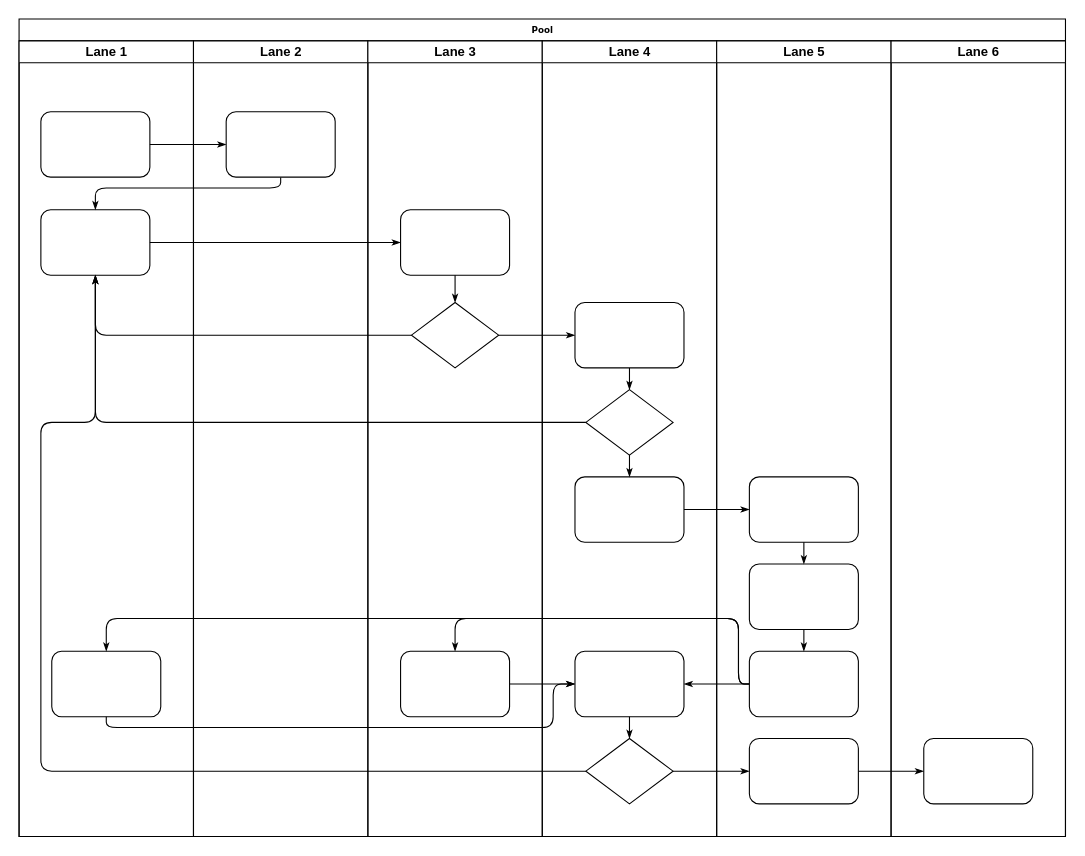
Before: data/上尚-配料流程.drawio in chenyanxi/hosts, a draw.io diagram. Source tidied: cells renumbered, new cells numbered last; positions are measured from the earlier drawing's top-left corner, leaving out a move shared by most shapes. Both pictures are drawn from the tidied source at 109%, with x=0, y=0 at pixel (19, 19).
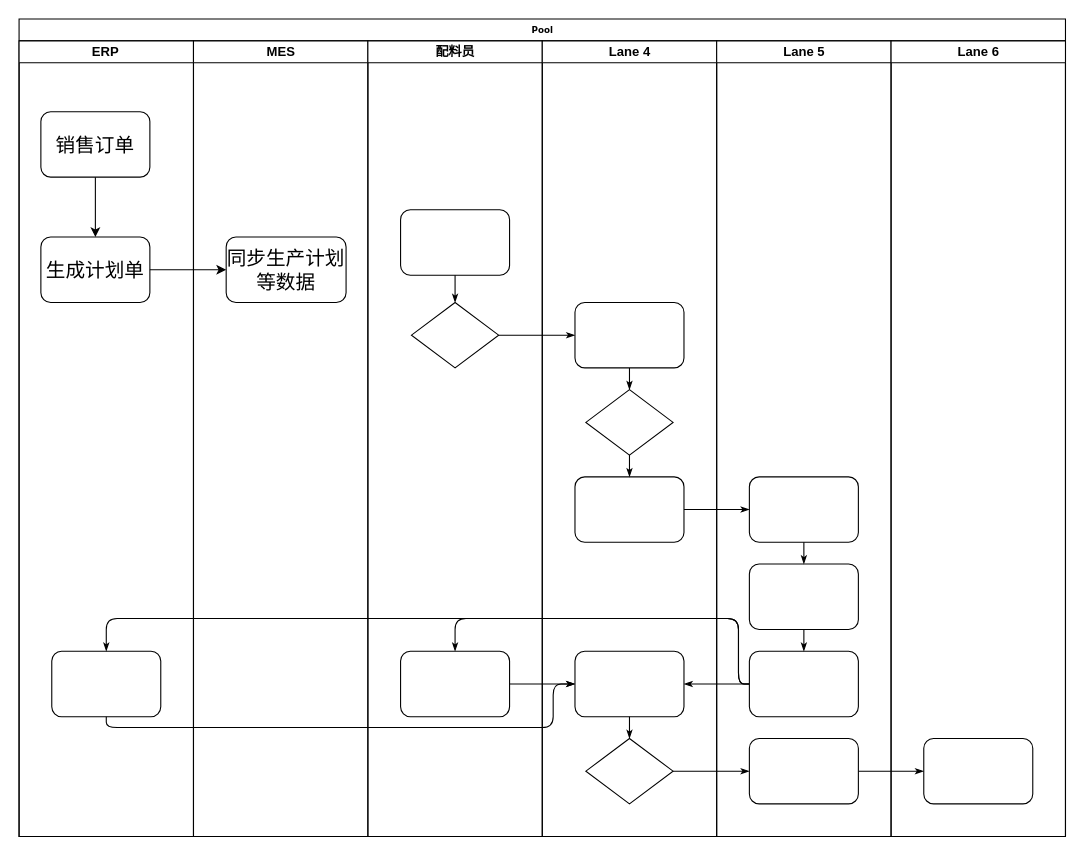
After the change.

Commit message:
更新上尚-配料流程.drawio

Unchanged cells that the change refers to:
```xml
<mxCell id="2" value="Pool" style="swimlane;html=1;startSize=20;rounded=0;shadow=0;labelBackgroundColor=none;strokeWidth=1;fontFamily=Verdana;fontSize=8;align=center;" parent="1" vertex="1">
  <mxGeometry width="960" height="750" as="geometry" />
</mxCell>
<mxCell id="25" style="rounded=1;whiteSpace=wrap;html=1;shadow=0;labelBackgroundColor=none;strokeWidth=1;fontFamily=Verdana;fontSize=8;align=center;" parent="24" vertex="1">
  <mxGeometry x="30" y="155" width="100" height="60" as="geometry" />
</mxCell>
<mxCell id="26" style="rhombus;whiteSpace=wrap;html=1;rounded=0;shadow=0;labelBackgroundColor=none;strokeWidth=1;fontFamily=Verdana;fontSize=8;align=center;" parent="24" vertex="1">
  <mxGeometry x="40" y="240" width="80" height="60" as="geometry" />
</mxCell>
<mxCell id="31" style="rhombus;whiteSpace=wrap;html=1;rounded=0;shadow=0;labelBackgroundColor=none;strokeWidth=1;fontFamily=Verdana;fontSize=8;align=center;" parent="29" vertex="1">
  <mxGeometry x="40" y="320" width="80" height="60" as="geometry" />
</mxCell>
<mxCell id="34" style="rhombus;whiteSpace=wrap;html=1;rounded=0;shadow=0;labelBackgroundColor=none;strokeWidth=1;fontFamily=Verdana;fontSize=8;align=center;" parent="29" vertex="1">
  <mxGeometry x="40" y="640" width="80" height="60" as="geometry" />
</mxCell>
```

The edit, as a diff of the source:
```diff
@@
-    <mxCell id="3" value="Lane 1" style="swimlane;html=1;startSize=20;" parent="2" vertex="1">
+    <mxCell id="3" value="ERP&lt;span style=&quot;white-space: pre;&quot;&gt;&#9;&lt;/span&gt;" style="swimlane;html=1;startSize=20;" parent="2" vertex="1">
       <mxGeometry y="20" width="160" height="730" as="geometry" />
     </mxCell>
-    <mxCell id="4" style="rounded=1;whiteSpace=wrap;html=1;shadow=0;labelBackgroundColor=none;strokeWidth=1;fontFamily=Verdana;fontSize=8;align=center;" parent="3" vertex="1">
+    <mxCell id="4" value="&lt;font style=&quot;font-size: 18px;&quot;&gt;销售订单&lt;/font&gt;" style="rounded=1;whiteSpace=wrap;html=1;shadow=0;labelBackgroundColor=none;strokeWidth=1;fontFamily=Verdana;fontSize=8;align=center;" parent="3" vertex="1">
       <mxGeometry x="20" y="65" width="100" height="60" as="geometry" />
     </mxCell>
-    <mxCell id="5" style="rounded=1;whiteSpace=wrap;html=1;shadow=0;labelBackgroundColor=none;strokeWidth=1;fontFamily=Verdana;fontSize=8;align=center;" parent="3" vertex="1">
-      <mxGeometry x="20" y="155" width="100" height="60" as="geometry" />
+    <mxCell id="5" value="&lt;font style=&quot;font-size: 18px;&quot;&gt;生成计划单&lt;/font&gt;" style="rounded=1;whiteSpace=wrap;html=1;shadow=0;labelBackgroundColor=none;strokeWidth=1;fontFamily=Verdana;fontSize=8;align=center;" parent="3" vertex="1">
+      <mxGeometry x="20" y="180" width="100" height="60" as="geometry" />
     </mxCell>
@@
-    <mxCell id="7" style="edgeStyle=orthogonalEdgeStyle;rounded=1;html=1;labelBackgroundColor=none;startArrow=none;startFill=0;startSize=5;endArrow=classicThin;endFill=1;endSize=5;jettySize=auto;strokeWidth=1;fontFamily=Verdana;fontSize=8;" parent="2" edge="1" source="4" target="23">
-      <mxGeometry relative="1" as="geometry" />
-    </mxCell>
-    <mxCell id="8" style="edgeStyle=orthogonalEdgeStyle;rounded=1;html=1;labelBackgroundColor=none;startArrow=none;startFill=0;startSize=5;endArrow=classicThin;endFill=1;endSize=5;jettySize=auto;strokeWidth=1;fontFamily=Verdana;fontSize=8;" parent="2" edge="1" source="23" target="5">
-      <mxGeometry relative="1" as="geometry">
-        <Array as="points">
-          <mxPoint x="240" y="155" />
-          <mxPoint x="70" y="155" />
-        </Array>
-      </mxGeometry>
-    </mxCell>
-    <mxCell id="9" style="edgeStyle=orthogonalEdgeStyle;rounded=1;html=1;labelBackgroundColor=none;startArrow=none;startFill=0;startSize=5;endArrow=classicThin;endFill=1;endSize=5;jettySize=auto;strokeWidth=1;fontFamily=Verdana;fontSize=8;" parent="2" edge="1" source="5" target="25">
-      <mxGeometry relative="1" as="geometry" />
-    </mxCell>
-    <mxCell id="10" style="edgeStyle=orthogonalEdgeStyle;rounded=1;html=1;labelBackgroundColor=none;startArrow=none;startFill=0;startSize=5;endArrow=classicThin;endFill=1;endSize=5;jettySize=auto;strokeWidth=1;fontFamily=Verdana;fontSize=8;" parent="2" edge="1" source="26" target="5">
-      <mxGeometry relative="1" as="geometry" />
-    </mxCell>
-    <mxCell id="11" style="edgeStyle=orthogonalEdgeStyle;rounded=1;html=1;labelBackgroundColor=none;startArrow=none;startFill=0;startSize=5;endArrow=classicThin;endFill=1;endSize=5;jettySize=auto;strokeWidth=1;fontFamily=Verdana;fontSize=8;" parent="2" edge="1" source="31" target="5">
-      <mxGeometry relative="1" as="geometry" />
-    </mxCell>
-    <mxCell id="12" style="edgeStyle=orthogonalEdgeStyle;rounded=1;html=1;labelBackgroundColor=none;startArrow=none;startFill=0;startSize=5;endArrow=classicThin;endFill=1;endSize=5;jettySize=auto;strokeWidth=1;fontFamily=Verdana;fontSize=8;" parent="2" edge="1" source="34" target="5">
-      <mxGeometry relative="1" as="geometry">
-        <Array as="points">
-          <mxPoint x="20" y="690" />
-          <mxPoint x="20" y="370" />
-          <mxPoint x="70" y="370" />
-        </Array>
-      </mxGeometry>
-    </mxCell>
+    <mxCell id="47" style="endArrow=classic;html=1;rounded=0;exitX=0.5;exitY=1;exitDx=0;exitDy=0;" parent="3" edge="1" source="4" target="5">
+      <mxGeometry relative="1" as="geometry" />
+    </mxCell>
@@
-    <mxCell id="22" value="Lane 2" style="swimlane;html=1;startSize=20;" parent="2" vertex="1">
+    <mxCell id="22" value="MES" style="swimlane;html=1;startSize=20;" parent="2" vertex="1">
       <mxGeometry x="160" y="20" width="160" height="730" as="geometry" />
     </mxCell>
-    <mxCell id="23" style="rounded=1;whiteSpace=wrap;html=1;shadow=0;labelBackgroundColor=none;strokeWidth=1;fontFamily=Verdana;fontSize=8;align=center;" parent="22" vertex="1">
-      <mxGeometry x="30" y="65" width="100" height="60" as="geometry" />
-    </mxCell>
+    <mxCell id="48" value="&lt;font style=&quot;font-size: 18px;&quot;&gt;同步生产计划等数据&lt;/font&gt;" style="rounded=1;whiteSpace=wrap;html=1;shadow=0;labelBackgroundColor=none;strokeWidth=1;fontFamily=Verdana;fontSize=8;align=center;" parent="22" vertex="1">
+      <mxGeometry x="30" y="180" width="110" height="60" as="geometry" />
+    </mxCell>
-    <mxCell id="24" value="Lane 3" style="swimlane;html=1;startSize=20;" parent="2" vertex="1">
+    <mxCell id="24" value="配料员" style="swimlane;html=1;startSize=20;" parent="2" vertex="1">
       <mxGeometry x="320" y="20" width="160" height="730" as="geometry" />
     </mxCell>
@@
+    <mxCell id="49" style="endArrow=classic;html=1;rounded=0;exitX=1;exitY=0.5;exitDx=0;exitDy=0;entryX=0;entryY=0.5;entryDx=0;entryDy=0;" parent="2" edge="1" source="5" target="48">
+      <mxGeometry relative="1" as="geometry" />
+    </mxCell>
```
